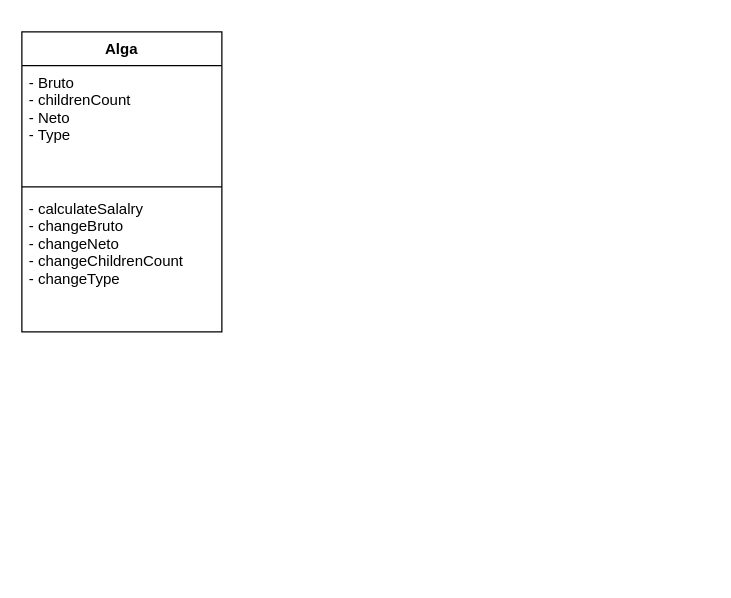
This is Faili/Class diagram.drawio from undinek/CMS_Algas, a draw.io file, before an edit. Source tidied: cells renumbered, new cells numbered last; positions are measured from the earlier drawing's top-left corner, leaving out a move shared by most shapes. Both pictures are drawn from the tidied source at 125%, with x=0, y=0 at pixel (21, 31).
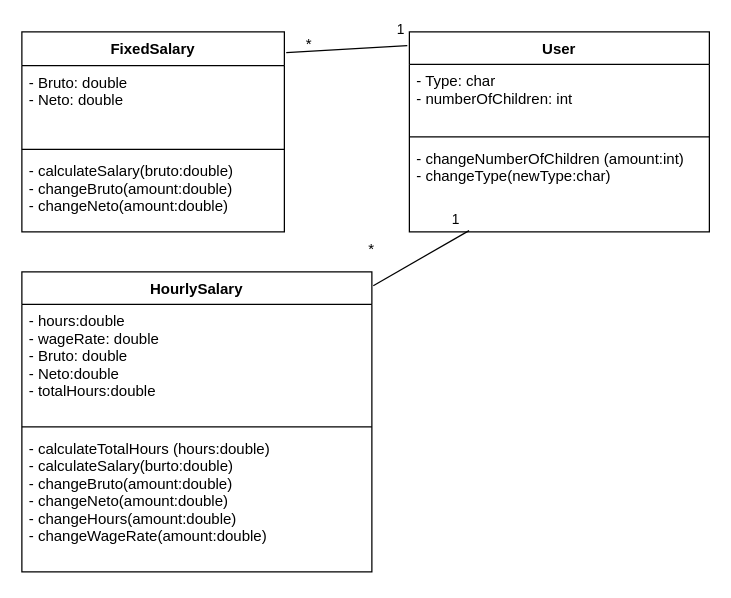
The same page after the edit.

Change to the diagram source:
```diff
@@
 <mxGraphModel>
   <root>
     <mxCell id="0" />
     <mxCell id="1" parent="0" />
-    <mxCell id="2" value="Alga" style="swimlane;fontStyle=1;align=center;verticalAlign=top;horizontal=1;startSize=27;" parent="1" vertex="1">
-      <mxGeometry width="160" height="240" as="geometry" />
+    <mxCell id="2" value="FixedSalary" style="swimlane;fontStyle=1;align=center;verticalAlign=top;horizontal=1;startSize=27;" parent="1" vertex="1">
+      <mxGeometry width="210" height="160" as="geometry" />
     </mxCell>
-    <mxCell id="3" value="- Bruto&#10;- childrenCount&#10;- Neto&#10;- Type&#10;" style="text;strokeColor=none;fillColor=none;align=left;verticalAlign=top;spacingLeft=4;spacingRight=4;overflow=hidden;" parent="2" vertex="1">
-      <mxGeometry y="27" width="160" height="93" as="geometry" />
+    <mxCell id="3" value="- Bruto: double&#10;- Neto: double&#10;&#10;" style="text;strokeColor=none;fillColor=none;align=left;verticalAlign=top;spacingLeft=4;spacingRight=4;overflow=hidden;" parent="2" vertex="1">
+      <mxGeometry y="27" width="210" height="63" as="geometry" />
     </mxCell>
     <mxCell id="4" style="line;strokeWidth=1;fillColor=none;align=left;verticalAlign=middle;spacingTop=-1;spacingLeft=3;spacingRight=3;labelPosition=right;" parent="2" vertex="1">
-      <mxGeometry y="120" width="160" height="8" as="geometry" />
+      <mxGeometry y="90" width="210" height="8" as="geometry" />
     </mxCell>
-    <mxCell id="5" value="- calculateSalalry&#10;- changeBruto&#10;- changeNeto&#10;- changeChildrenCount&#10;- changeType&#10;&#10;" style="text;strokeColor=none;fillColor=none;align=left;verticalAlign=top;spacingLeft=4;spacingRight=4;overflow=hidden;" parent="2" vertex="1">
-      <mxGeometry y="128" width="160" height="112" as="geometry" />
+    <mxCell id="5" value="- calculateSalary(bruto:double)&#10;- changeBruto(amount:double)&#10;- changeNeto(amount:double)&#10;&#10;" style="text;strokeColor=none;fillColor=none;align=left;verticalAlign=top;spacingLeft=4;spacingRight=4;overflow=hidden;" parent="2" vertex="1">
+      <mxGeometry y="98" width="210" height="62" as="geometry" />
     </mxCell>
+    <mxCell id="6" value="User" style="swimlane;fontStyle=1;align=center;verticalAlign=top;horizontal=1;startSize=26;" parent="1" vertex="1">
+      <mxGeometry x="310" width="240" height="160" as="geometry" />
+    </mxCell>
+    <mxCell id="7" value="- Type: char&#10;- numberOfChildren: int&#10;" style="text;strokeColor=none;fillColor=none;align=left;verticalAlign=top;spacingLeft=4;spacingRight=4;overflow=hidden;" parent="6" vertex="1">
+      <mxGeometry y="26" width="240" height="54" as="geometry" />
+    </mxCell>
+    <mxCell id="8" style="line;strokeWidth=1;fillColor=none;align=left;verticalAlign=middle;spacingTop=-1;spacingLeft=3;spacingRight=3;labelPosition=right;" parent="6" vertex="1">
+      <mxGeometry y="80" width="240" height="8" as="geometry" />
+    </mxCell>
+    <mxCell id="9" value="- changeNumberOfChildren (amount:int)&#10;- changeType(newType:char)" style="text;strokeColor=none;fillColor=none;align=left;verticalAlign=top;spacingLeft=4;spacingRight=4;overflow=hidden;points=[[0,0.5],[1,0.5]];portConstraint=eastwest;" parent="6" vertex="1">
+      <mxGeometry y="88" width="240" height="72" as="geometry" />
+    </mxCell>
+    <mxCell id="10" value="1" style="endArrow=none;html=1;entryX=1.007;entryY=0.104;entryDx=0;entryDy=0;exitX=-0.007;exitY=0.069;exitDx=0;exitDy=0;exitPerimeter=0;entryPerimeter=0;" parent="1" edge="1" source="6" target="2">
+      <mxGeometry x="-0.89" y="-13" relative="1" as="geometry" />
+    </mxCell>
+    <mxCell id="11" value="*" style="text;html=1;strokeColor=none;fillColor=none;align=center;verticalAlign=middle;whiteSpace=wrap;rounded=0;" parent="1" vertex="1">
+      <mxGeometry x="210" width="40" height="20" as="geometry" />
+    </mxCell>
+    <mxCell id="12" value="HourlySalary" style="swimlane;fontStyle=1;align=center;verticalAlign=top;horizontal=1;startSize=26;" parent="1" vertex="1">
+      <mxGeometry y="192" width="280" height="240" as="geometry" />
+    </mxCell>
+    <mxCell id="13" value="- hours:double&#10;- wageRate: double&#10;- Bruto: double&#10;- Neto:double&#10;- totalHours:double&#10;" style="text;strokeColor=none;fillColor=none;align=left;verticalAlign=top;spacingLeft=4;spacingRight=4;overflow=hidden;" parent="12" vertex="1">
+      <mxGeometry y="26" width="280" height="94" as="geometry" />
+    </mxCell>
+    <mxCell id="14" style="line;strokeWidth=1;fillColor=none;align=left;verticalAlign=middle;spacingTop=-1;spacingLeft=3;spacingRight=3;labelPosition=right;" parent="12" vertex="1">
+      <mxGeometry y="120" width="280" height="8" as="geometry" />
+    </mxCell>
+    <mxCell id="15" value="- calculateTotalHours (hours:double)&#10;- calculateSalary(burto:double)&#10;- changeBruto(amount:double)&#10;- changeNeto(amount:double)&#10;- changeHours(amount:double)&#10;- changeWageRate(amount:double)&#10;" style="text;strokeColor=none;fillColor=none;align=left;verticalAlign=top;spacingLeft=4;spacingRight=4;overflow=hidden;" parent="12" vertex="1">
+      <mxGeometry y="128" width="280" height="112" as="geometry" />
+    </mxCell>
+    <mxCell id="16" value="1" style="endArrow=none;html=1;entryX=1.004;entryY=0.046;entryDx=0;entryDy=0;entryPerimeter=0;exitX=0.199;exitY=0.986;exitDx=0;exitDy=0;exitPerimeter=0;" parent="1" edge="1" source="9" target="12">
+      <mxGeometry x="-0.89" y="-13" relative="1" as="geometry" />
+    </mxCell>
+    <mxCell id="17" value="*" style="text;html=1;strokeColor=none;fillColor=none;align=center;verticalAlign=middle;whiteSpace=wrap;rounded=0;" parent="1" vertex="1">
+      <mxGeometry x="260" y="164" width="40" height="20" as="geometry" />
+    </mxCell>
   </root>
 </mxGraphModel>
```
